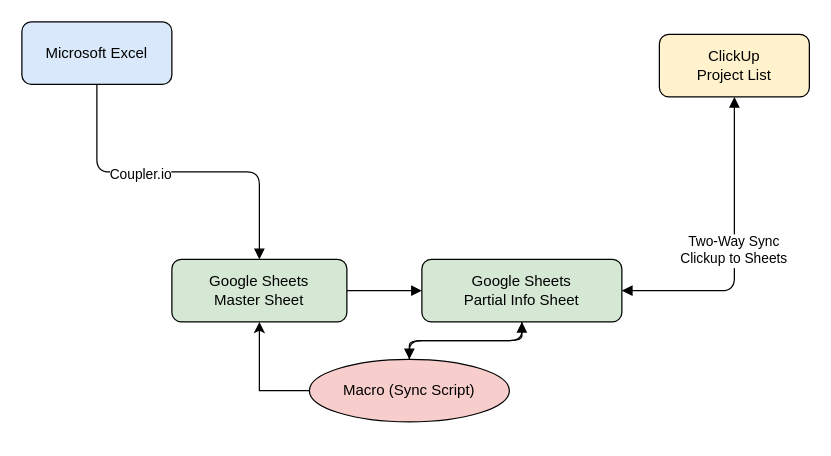
zackbanff/Flowcharts keeps this draw.io diagram as page "Clickup" (3 of 3) of Foremost Workflow.drawio. Above is the earlier version. Source tidied: cells renumbered, new cells numbered last; positions are measured from the earlier drawing's top-left corner, leaving out a move shared by most shapes. Both pictures are drawn from the tidied source at 125%, with x=0, y=0 at pixel (21, 21).
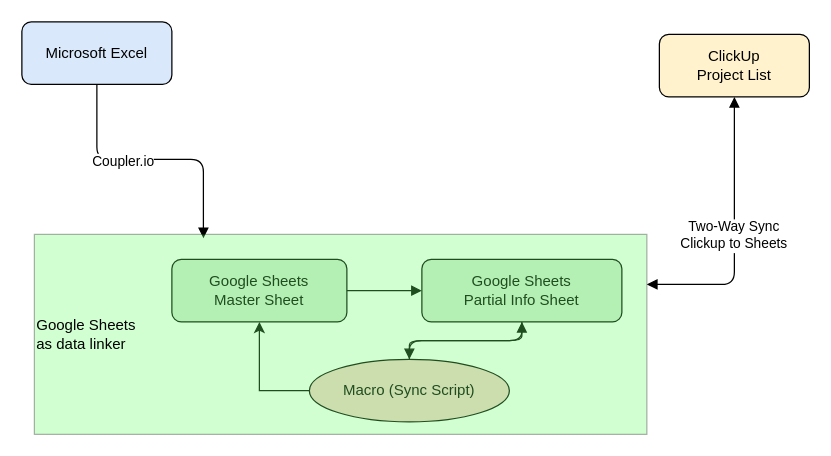
The same diagram, later.

Diff of the diagram source:
```diff
@@
 <mxGraphModel>
   <root>
     <mxCell id="0" />
     <mxCell id="1" parent="0" />
     <mxCell id="2" value="Microsoft Excel" style="rounded=1;whiteSpace=wrap;html=1;align=center;verticalAlign=middle;fillColor=#dae8fc;" parent="1" vertex="1">
       <mxGeometry width="120" height="50" as="geometry" />
     </mxCell>
     <mxCell id="3" value="Google Sheets&#10;Master Sheet" style="rounded=1;whiteSpace=wrap;html=1;align=center;verticalAlign=middle;fillColor=#d5e8d4;" parent="1" vertex="1">
       <mxGeometry x="120" y="190" width="140" height="50" as="geometry" />
     </mxCell>
     <mxCell id="4" value="Google Sheets&#10;Partial Info Sheet" style="rounded=1;whiteSpace=wrap;html=1;align=center;verticalAlign=middle;fillColor=#d5e8d4;" parent="1" vertex="1">
       <mxGeometry x="320" y="190" width="160" height="50" as="geometry" />
     </mxCell>
     <mxCell id="5" value="ClickUp&#10;Project List" style="rounded=1;whiteSpace=wrap;html=1;align=center;verticalAlign=middle;fillColor=#fff2cc;" parent="1" vertex="1">
       <mxGeometry x="510" y="10" width="120" height="50" as="geometry" />
     </mxCell>
     <mxCell id="6" style="edgeStyle=orthogonalEdgeStyle;rounded=0;jettySize=auto;html=1;exitX=0;exitY=0.5;exitDx=0;exitDy=0;entryX=0.5;entryY=1;entryDx=0;entryDy=0;" parent="1" edge="1" source="7" target="3">
       <mxGeometry relative="1" as="geometry" />
     </mxCell>
     <mxCell id="7" value="Macro (Sync Script)" style="ellipse;whiteSpace=wrap;html=1;align=center;verticalAlign=middle;fillColor=#f8cecc;" parent="1" vertex="1">
       <mxGeometry x="230" y="270" width="160" height="50" as="geometry" />
     </mxCell>
-    <mxCell id="8" style="endArrow=block;edgeStyle=orthogonalEdgeStyle;" parent="1" edge="1" source="2" target="3">
+    <mxCell id="8" style="endArrow=block;edgeStyle=orthogonalEdgeStyle;entryX=0.276;entryY=0.019;entryDx=0;entryDy=0;entryPerimeter=0;" parent="1" edge="1" source="2" target="14">
       <mxGeometry relative="1" as="geometry" />
     </mxCell>
     <mxCell id="9" value="Coupler.io" style="edgeLabel;html=1;align=center;verticalAlign=middle;" parent="8" vertex="1">
       <mxGeometry x="-0.23" y="-1" relative="1" as="geometry" />
     </mxCell>
     <mxCell id="10" style="endArrow=block;edgeStyle=orthogonalEdgeStyle;" parent="1" edge="1" source="3" target="4">
       <mxGeometry relative="1" as="geometry" />
     </mxCell>
-    <mxCell id="11" value="Two-Way Sync&#10;Clickup to Sheets" style="edgeStyle=orthogonalEdgeStyle;startArrow=block;endArrow=block;" parent="1" edge="1" source="4" target="5">
+    <mxCell id="11" value="Two-Way Sync&#10;Clickup to Sheets" style="edgeStyle=orthogonalEdgeStyle;startArrow=block;endArrow=block;exitX=1;exitY=0.25;exitDx=0;exitDy=0;" parent="1" edge="1" source="14" target="5">
       <mxGeometry relative="1" as="geometry" />
     </mxCell>
     <mxCell id="12" style="endArrow=block;edgeStyle=elbowEdgeStyle;elbow=vertical;" parent="1" edge="1" source="4" target="7">
       <mxGeometry relative="1" as="geometry" />
     </mxCell>
     <mxCell id="13" style="endArrow=block;edgeStyle=elbowEdgeStyle;elbow=vertical;" parent="1" edge="1" source="7" target="4">
       <mxGeometry relative="1" as="geometry" />
     </mxCell>
+    <mxCell id="14" value="Google Sheets&amp;nbsp;&lt;div&gt;as data linker&amp;nbsp;&lt;/div&gt;" style="rounded=0;whiteSpace=wrap;html=1;fillColor=#66FF66;opacity=30;align=left;" parent="1" vertex="1">
+      <mxGeometry x="10" y="170" width="490" height="160" as="geometry" />
+    </mxCell>
   </root>
 </mxGraphModel>
```
